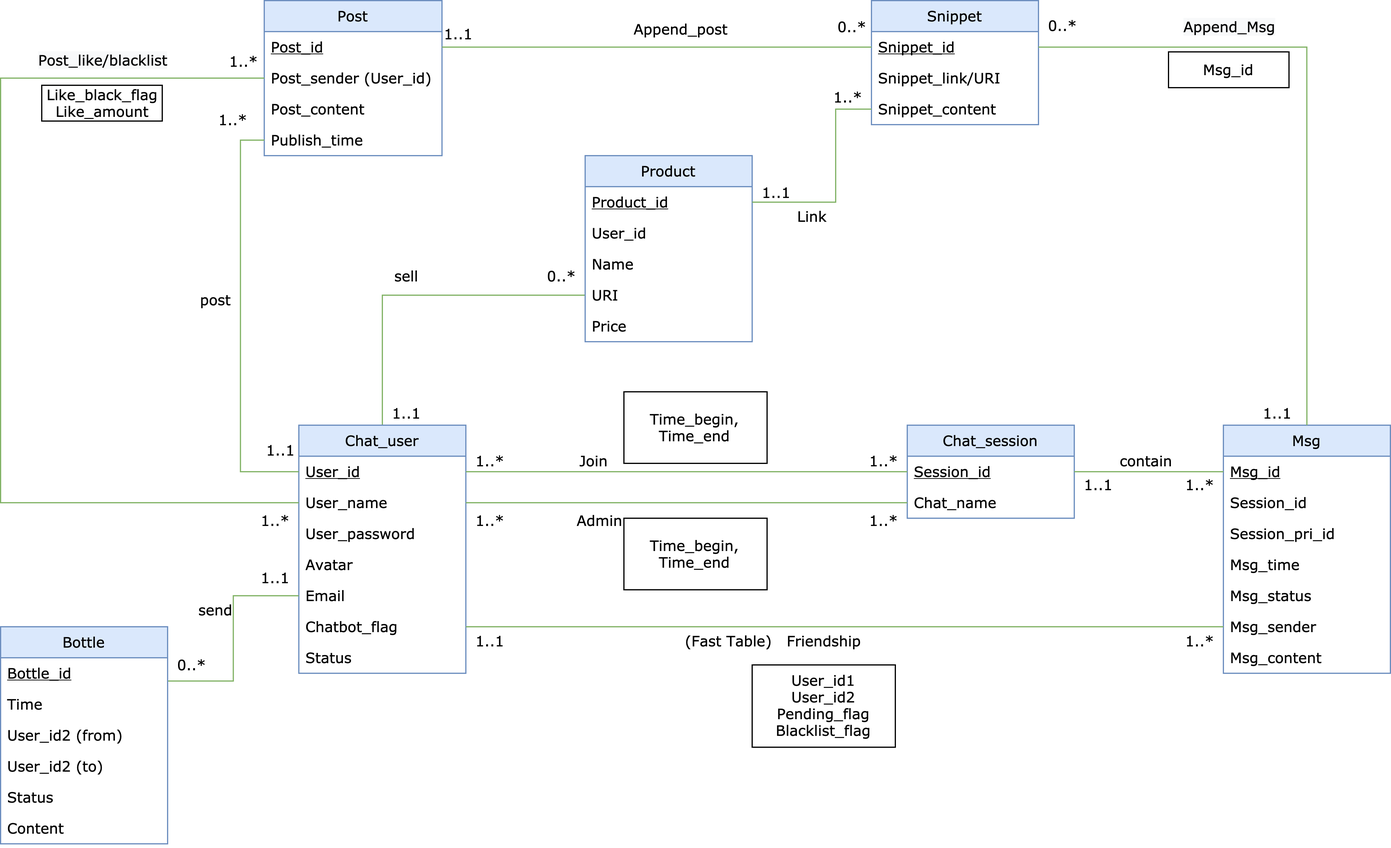
This is doc/UML.png from BiEchi/WechAt, a draw.io export, as it was before one commit. Source tidied: cells renumbered, new cells last; positions are measured from the earlier drawing's top-left corner, leaving out a move shared by most shapes.
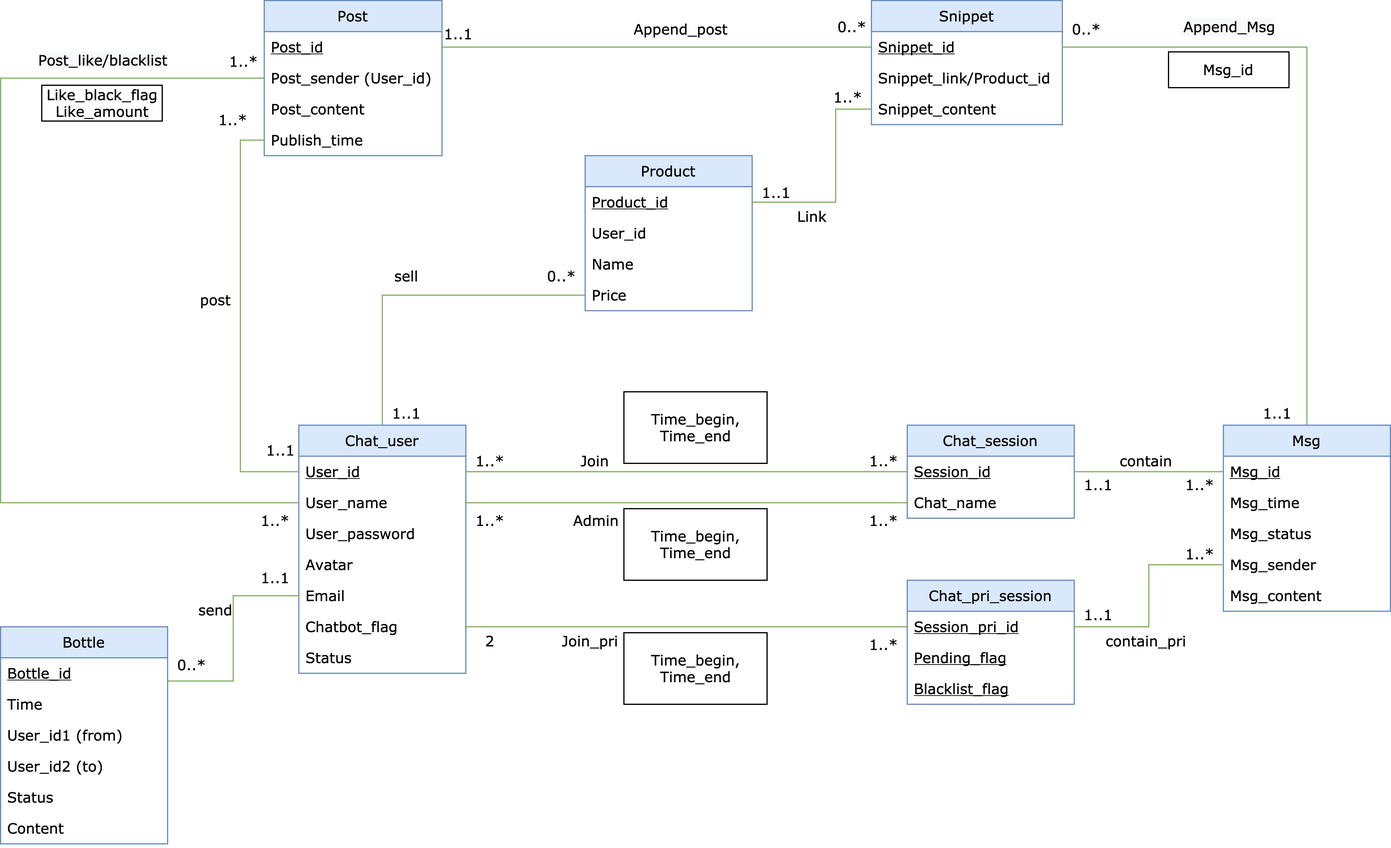
The same file after the commit.

What changed in the source:
```diff
@@ -2,8 +2,9 @@
   <root>
     <mxCell id="0" />
     <mxCell id="1" parent="0" />
-    <mxCell id="2" style="edgeStyle=orthogonalEdgeStyle;rounded=0;jettySize=auto;html=1;exitX=0.5;exitY=0;exitDx=0;exitDy=0;entryX=0;entryY=0.5;entryDx=0;entryDy=0;endArrow=none;endFill=0;fontFamily=Verdana;fillColor=#d5e8d4;strokeColor=#82b366;" parent="1" edge="1" source="3" target="53">
+    <mxCell id="2" style="edgeStyle=orthogonalEdgeStyle;rounded=0;jettySize=auto;html=1;exitX=0.5;exitY=0;exitDx=0;exitDy=0;entryX=0;entryY=0.5;entryDx=0;entryDy=0;endArrow=none;endFill=0;fontFamily=Verdana;fillColor=#d5e8d4;strokeColor=#82b366;" parent="1" edge="1" source="3">
       <mxGeometry relative="1" as="geometry">
+        <mxPoint x="490" y="247" as="targetPoint" />
         <Array as="points">
           <mxPoint x="320" y="247" />
         </Array>
@@ -43,28 +44,22 @@
       <mxGeometry y="52" width="140" height="26" as="geometry" />
     </mxCell>
     <mxCell id="14" value="Msg" style="swimlane;fontStyle=0;horizontal=1;startSize=26;fillColor=#dae8fc;fontFamily=Verdana;strokeColor=#6c8ebf;" parent="1" vertex="1">
-      <mxGeometry x="1025" y="356" width="140" height="208" as="geometry" />
+      <mxGeometry x="1025" y="356" width="140" height="156" as="geometry" />
     </mxCell>
     <mxCell id="15" value="Msg_id" style="text;strokeColor=none;fillColor=none;align=left;verticalAlign=top;spacingLeft=4;spacingRight=4;overflow=hidden;points=[[0,0.5],[1,0.5]];portConstraint=eastwest;fontStyle=4;fontFamily=Verdana;" parent="14" vertex="1">
       <mxGeometry y="26" width="140" height="26" as="geometry" />
     </mxCell>
-    <mxCell id="16" value="Session_id" style="text;strokeColor=none;fillColor=none;align=left;verticalAlign=top;spacingLeft=4;spacingRight=4;overflow=hidden;fontStyle=0;fontFamily=Verdana;" parent="14" vertex="1">
-      <mxGeometry y="52" width="140" height="26" as="geometry" />
-    </mxCell>
-    <mxCell id="17" value="Session_pri_id" style="text;strokeColor=none;fillColor=none;align=left;verticalAlign=top;spacingLeft=4;spacingRight=4;overflow=hidden;points=[[0,0.5],[1,0.5]];portConstraint=eastwest;fontStyle=0;fontFamily=Verdana;" parent="14" vertex="1">
-      <mxGeometry y="78" width="140" height="26" as="geometry" />
-    </mxCell>
     <mxCell id="18" value="Msg_time" style="text;strokeColor=none;fillColor=none;align=left;verticalAlign=top;spacingLeft=4;spacingRight=4;overflow=hidden;fontFamily=Verdana;fontStyle=0;" parent="14" vertex="1">
-      <mxGeometry y="104" width="140" height="26" as="geometry" />
+      <mxGeometry y="52" width="140" height="26" as="geometry" />
     </mxCell>
     <mxCell id="19" value="Msg_status" style="text;strokeColor=none;fillColor=none;align=left;verticalAlign=top;spacingLeft=4;spacingRight=4;overflow=hidden;fontFamily=Verdana;fontStyle=0;" parent="14" vertex="1">
-      <mxGeometry y="130" width="140" height="26" as="geometry" />
+      <mxGeometry y="78" width="140" height="26" as="geometry" />
     </mxCell>
     <mxCell id="20" value="Msg_sender" style="text;strokeColor=none;fillColor=none;align=left;verticalAlign=top;spacingLeft=4;spacingRight=4;overflow=hidden;points=[[0,0.5],[1,0.5]];portConstraint=eastwest;fontFamily=Verdana;fontStyle=0;" parent="14" vertex="1">
-      <mxGeometry y="156" width="140" height="26" as="geometry" />
+      <mxGeometry y="104" width="140" height="26" as="geometry" />
     </mxCell>
     <mxCell id="21" value="Msg_content" style="text;strokeColor=none;fillColor=none;align=left;verticalAlign=top;spacingLeft=4;spacingRight=4;overflow=hidden;fontFamily=Verdana;fontStyle=0;" parent="14" vertex="1">
-      <mxGeometry y="182" width="140" height="26" as="geometry" />
+      <mxGeometry y="130" width="140" height="26" as="geometry" />
     </mxCell>
     <mxCell id="22" value="1..*" style="text;html=1;align=center;verticalAlign=middle;fontFamily=Verdana;" parent="1" vertex="1">
       <mxGeometry x="390" y="376" width="40" height="20" as="geometry" />
@@ -90,14 +85,8 @@
     <mxCell id="29" value="1..*" style="text;html=1;align=center;verticalAlign=middle;strokeColor=none;fillColor=none;fontFamily=Verdana;" parent="1" vertex="1">
       <mxGeometry x="210" y="426" width="40" height="20" as="geometry" />
     </mxCell>
-    <mxCell id="30" value="(Fast Table)" style="text;html=1;align=center;verticalAlign=middle;fontFamily=Verdana;" parent="1" vertex="1">
-      <mxGeometry x="565" y="527" width="90" height="20" as="geometry" />
-    </mxCell>
-    <mxCell id="31" style="edgeStyle=orthogonalEdgeStyle;rounded=0;jettySize=auto;html=1;exitX=1;exitY=0.5;exitDx=0;exitDy=0;entryX=0;entryY=0.5;entryDx=0;entryDy=0;endArrow=none;endFill=0;fontFamily=Verdana;fillColor=#d5e8d4;strokeColor=#82b366;" parent="1" edge="1" source="9" target="20">
-      <mxGeometry relative="1" as="geometry" />
-    </mxCell>
     <mxCell id="32" value="1..*" style="text;html=1;align=center;verticalAlign=middle;fontFamily=Verdana;" parent="1" vertex="1">
-      <mxGeometry x="985" y="527" width="40" height="20" as="geometry" />
+      <mxGeometry x="985" y="454" width="40" height="20" as="geometry" />
     </mxCell>
     <mxCell id="33" value="Post" style="swimlane;fontStyle=0;horizontal=1;startSize=26;fillColor=#dae8fc;fontFamily=Verdana;strokeColor=#6c8ebf;" parent="1" vertex="1">
       <mxGeometry x="221" width="149" height="130" as="geometry" />
@@ -115,16 +104,16 @@
       <mxGeometry y="104" width="149" height="26" as="geometry" />
     </mxCell>
     <mxCell id="38" value="Snippet" style="swimlane;fontStyle=0;horizontal=1;startSize=26;fillColor=#dae8fc;fontFamily=Verdana;strokeColor=#6c8ebf;" parent="1" vertex="1">
-      <mxGeometry x="730" width="140" height="104" as="geometry" />
+      <mxGeometry x="730" width="160" height="104" as="geometry" />
     </mxCell>
     <mxCell id="39" value="Snippet_id" style="text;strokeColor=none;fillColor=none;align=left;verticalAlign=top;spacingLeft=4;spacingRight=4;overflow=hidden;points=[[0,0.5],[1,0.5]];portConstraint=eastwest;fontStyle=4;fontFamily=Verdana;" parent="38" vertex="1">
-      <mxGeometry y="26" width="140" height="26" as="geometry" />
+      <mxGeometry y="26" width="160" height="26" as="geometry" />
     </mxCell>
-    <mxCell id="40" value="Snippet_link/URI" style="text;strokeColor=none;fillColor=none;align=left;verticalAlign=top;spacingLeft=4;spacingRight=4;overflow=hidden;fontStyle=0;fontFamily=Verdana;" parent="38" vertex="1">
-      <mxGeometry y="52" width="140" height="26" as="geometry" />
+    <mxCell id="40" value="Snippet_link/Product_id" style="text;strokeColor=none;fillColor=none;align=left;verticalAlign=top;spacingLeft=4;spacingRight=4;overflow=hidden;fontStyle=0;fontFamily=Verdana;" parent="38" vertex="1">
+      <mxGeometry y="52" width="160" height="26" as="geometry" />
     </mxCell>
     <mxCell id="41" value="Snippet_content" style="text;strokeColor=none;fillColor=none;align=left;verticalAlign=top;spacingLeft=4;spacingRight=4;overflow=hidden;points=[[0,0.5],[1,0.5]];portConstraint=eastwest;fontFamily=Verdana;" parent="38" vertex="1">
-      <mxGeometry y="78" width="140" height="26" as="geometry" />
+      <mxGeometry y="78" width="160" height="26" as="geometry" />
     </mxCell>
     <mxCell id="42" style="edgeStyle=orthogonalEdgeStyle;rounded=0;jettySize=auto;html=1;exitX=1;exitY=0.5;exitDx=0;exitDy=0;endArrow=none;endFill=0;fontFamily=Verdana;entryX=0;entryY=0.5;entryDx=0;entryDy=0;fillColor=#d5e8d4;strokeColor=#82b366;" parent="1" edge="1" source="34" target="39">
       <mxGeometry relative="1" as="geometry">
@@ -158,7 +147,7 @@
       <mxGeometry relative="1" as="geometry" />
     </mxCell>
     <mxCell id="49" value="Product" style="swimlane;fontStyle=0;horizontal=1;startSize=26;fillColor=#dae8fc;fontFamily=Verdana;strokeColor=#6c8ebf;" parent="1" vertex="1">
-      <mxGeometry x="490" y="130" width="140" height="156" as="geometry" />
+      <mxGeometry x="490" y="130" width="140" height="130" as="geometry" />
     </mxCell>
     <mxCell id="50" value="Product_id" style="text;strokeColor=none;fillColor=none;align=left;verticalAlign=top;spacingLeft=4;spacingRight=4;overflow=hidden;points=[[0,0.5],[1,0.5]];portConstraint=eastwest;fontStyle=4;fontFamily=Verdana;" parent="49" vertex="1">
       <mxGeometry y="26" width="140" height="26" as="geometry" />
@@ -169,11 +158,8 @@
     <mxCell id="52" value="Name" style="text;strokeColor=none;fillColor=none;align=left;verticalAlign=top;spacingLeft=4;spacingRight=4;overflow=hidden;fontStyle=0;fontFamily=Verdana;" parent="49" vertex="1">
       <mxGeometry y="78" width="140" height="26" as="geometry" />
     </mxCell>
-    <mxCell id="53" value="URI" style="text;strokeColor=none;fillColor=none;align=left;verticalAlign=top;spacingLeft=4;spacingRight=4;overflow=hidden;points=[[0,0.5],[1,0.5]];portConstraint=eastwest;fontFamily=Verdana;" parent="49" vertex="1">
-      <mxGeometry y="104" width="140" height="26" as="geometry" />
-    </mxCell>
     <mxCell id="54" value="Price" style="text;strokeColor=none;fillColor=none;align=left;verticalAlign=top;spacingLeft=4;spacingRight=4;overflow=hidden;fontFamily=Verdana;" parent="49" vertex="1">
-      <mxGeometry y="130" width="140" height="26" as="geometry" />
+      <mxGeometry y="104" width="140" height="26" as="geometry" />
     </mxCell>
     <mxCell id="55" style="edgeStyle=orthogonalEdgeStyle;rounded=0;jettySize=auto;html=1;exitX=1;exitY=0.25;exitDx=0;exitDy=0;entryX=0;entryY=0.5;entryDx=0;entryDy=0;endArrow=none;endFill=0;fontFamily=Verdana;fontStyle=1;fillColor=#d5e8d4;strokeColor=#82b366;" parent="1" edge="1" source="56" target="8">
       <mxGeometry relative="1" as="geometry" />
@@ -187,7 +173,7 @@
     <mxCell id="58" value="Time" style="text;strokeColor=none;fillColor=none;align=left;verticalAlign=top;spacingLeft=4;spacingRight=4;overflow=hidden;fontFamily=Verdana;" parent="56" vertex="1">
       <mxGeometry y="52" width="140" height="26" as="geometry" />
     </mxCell>
-    <mxCell id="59" value="User_id2 (from)" style="text;strokeColor=none;fillColor=none;align=left;verticalAlign=top;spacingLeft=4;spacingRight=4;overflow=hidden;fontFamily=Verdana;" parent="56" vertex="1">
+    <mxCell id="59" value="User_id1 (from)" style="text;strokeColor=none;fillColor=none;align=left;verticalAlign=top;spacingLeft=4;spacingRight=4;overflow=hidden;fontFamily=Verdana;" parent="56" vertex="1">
       <mxGeometry y="78" width="140" height="26" as="geometry" />
     </mxCell>
     <mxCell id="60" value="User_id2 (to)" style="text;strokeColor=none;fillColor=none;align=left;verticalAlign=top;spacingLeft=4;spacingRight=4;overflow=hidden;fontFamily=Verdana;" parent="56" vertex="1">
@@ -229,20 +215,17 @@
       <mxGeometry x="522.5" y="328" width="120" height="60" as="geometry" />
     </mxCell>
     <mxCell id="71" value="Admin" style="text;html=1;align=center;verticalAlign=middle;fontFamily=Verdana;" parent="1" vertex="1">
-      <mxGeometry x="477.5" y="426" width="50" height="20" as="geometry" />
+      <mxGeometry x="473.5" y="426" width="50" height="20" as="geometry" />
     </mxCell>
     <mxCell id="72" value="1..*" style="text;html=1;align=center;verticalAlign=middle;fontFamily=Verdana;" parent="1" vertex="1">
       <mxGeometry x="720" y="426" width="40" height="20" as="geometry" />
     </mxCell>
     <mxCell id="73" value="Time_begin, Time_end" style="rounded=0;whiteSpace=wrap;html=1;fontFamily=Verdana;" parent="1" vertex="1">
-      <mxGeometry x="522.5" y="434" width="120" height="60" as="geometry" />
+      <mxGeometry x="522.5" y="426" width="120" height="60" as="geometry" />
     </mxCell>
-    <mxCell id="74" value="Friendship" style="text;html=1;align=center;verticalAlign=middle;fontFamily=Verdana;" parent="1" vertex="1">
-      <mxGeometry x="650" y="527" width="80" height="20" as="geometry" />
+    <mxCell id="74" value="Join_pri" style="text;html=1;align=center;verticalAlign=middle;fontFamily=Verdana;" parent="1" vertex="1">
+      <mxGeometry x="463.5" y="527" width="60" height="20" as="geometry" />
     </mxCell>
-    <mxCell id="75" value="User_id1&lt;br&gt;User_id2&lt;br&gt;Pending_flag&lt;br&gt;Blacklist_flag" style="rounded=0;whiteSpace=wrap;html=1;fontFamily=Verdana;" parent="1" vertex="1">
-      <mxGeometry x="630" y="557" width="120" height="69" as="geometry" />
-    </mxCell>
     <mxCell id="76" value="&lt;span style=&quot;color: rgb(0, 0, 0); font-size: 12px; font-style: normal; font-weight: 400; letter-spacing: normal; text-align: center; text-indent: 0px; text-transform: none; word-spacing: 0px; background-color: rgb(248, 249, 250); display: inline; float: none;&quot;&gt;Post_like/blacklist&lt;/span&gt;" style="text;whiteSpace=wrap;html=1;fontFamily=Verdana;" parent="1" vertex="1">
       <mxGeometry x="30" y="37" width="110" height="30" as="geometry" />
     </mxCell>
@@ -258,11 +241,11 @@
     <mxCell id="80" value="&lt;span&gt;Msg_id&lt;/span&gt;" style="rounded=0;whiteSpace=wrap;html=1;fontFamily=Verdana;" parent="1" vertex="1">
       <mxGeometry x="979" y="43" width="101" height="30" as="geometry" />
     </mxCell>
-    <mxCell id="81" value="1..1" style="text;html=1;align=center;verticalAlign=middle;fontFamily=Verdana;" parent="1" vertex="1">
-      <mxGeometry x="390" y="527" width="40" height="20" as="geometry" />
+    <mxCell id="81" value="2" style="text;html=1;align=center;verticalAlign=middle;fontFamily=Verdana;" parent="1" vertex="1">
+      <mxGeometry x="400" y="527" width="20" height="20" as="geometry" />
     </mxCell>
     <mxCell id="82" value="0..*" style="text;html=1;align=center;verticalAlign=middle;fontFamily=Verdana;" parent="1" vertex="1">
-      <mxGeometry x="870" y="11" width="40" height="20" as="geometry" />
+      <mxGeometry x="890" y="14" width="40" height="20" as="geometry" />
     </mxCell>
     <mxCell id="83" value="1..1" style="text;html=1;align=center;verticalAlign=middle;fontFamily=Verdana;" parent="1" vertex="1">
       <mxGeometry x="1050" y="336" width="40" height="20" as="geometry" />
@@ -294,5 +277,37 @@
     <mxCell id="92" value="send" style="text;html=1;align=center;verticalAlign=middle;fontFamily=Verdana;" parent="1" vertex="1">
       <mxGeometry x="160" y="501" width="40" height="20" as="geometry" />
     </mxCell>
+    <mxCell id="93" style="edgeStyle=orthogonalEdgeStyle;rounded=0;jettySize=auto;html=1;exitX=1;exitY=0.5;exitDx=0;exitDy=0;entryX=0;entryY=0.5;entryDx=0;entryDy=0;endArrow=none;endFill=0;fillColor=#d5e8d4;strokeColor=#82b366;" parent="1" edge="1" source="17" target="20">
+      <mxGeometry relative="1" as="geometry" />
+    </mxCell>
+    <mxCell id="94" value="Chat_pri_session" style="swimlane;fontStyle=0;horizontal=1;startSize=26;fillColor=#dae8fc;fontFamily=Verdana;strokeColor=#6c8ebf;" parent="1" vertex="1">
+      <mxGeometry x="760" y="486" width="140" height="104" as="geometry" />
+    </mxCell>
+    <mxCell id="17" value="Session_pri_id" style="text;strokeColor=none;fillColor=none;align=left;verticalAlign=top;spacingLeft=4;spacingRight=4;overflow=hidden;points=[[0,0.5],[1,0.5]];portConstraint=eastwest;fontStyle=4;fontFamily=Verdana;" parent="94" vertex="1">
+      <mxGeometry y="26" width="140" height="26" as="geometry" />
+    </mxCell>
+    <mxCell id="95" value="Pending_flag" style="text;strokeColor=none;fillColor=none;align=left;verticalAlign=top;spacingLeft=4;spacingRight=4;overflow=hidden;fontStyle=4;fontFamily=Verdana;" parent="94" vertex="1">
+      <mxGeometry y="52" width="140" height="26" as="geometry" />
+    </mxCell>
+    <mxCell id="96" value="Blacklist_flag" style="text;strokeColor=none;fillColor=none;align=left;verticalAlign=top;spacingLeft=4;spacingRight=4;overflow=hidden;fontStyle=4;fontFamily=Verdana;" parent="94" vertex="1">
+      <mxGeometry y="78" width="140" height="26" as="geometry" />
+    </mxCell>
+    <mxCell id="97" style="edgeStyle=orthogonalEdgeStyle;rounded=0;jettySize=auto;html=1;exitX=1;exitY=0.5;exitDx=0;exitDy=0;fillColor=#d5e8d4;strokeColor=#82b366;endArrow=none;endFill=0;" parent="1" edge="1" source="9">
+      <mxGeometry relative="1" as="geometry">
+        <mxPoint x="760" y="525" as="targetPoint" />
+      </mxGeometry>
+    </mxCell>
+    <mxCell id="98" value="contain_pri" style="text;html=1;align=center;verticalAlign=middle;fontFamily=Verdana;" parent="1" vertex="1">
+      <mxGeometry x="920" y="527" width="80" height="20" as="geometry" />
+    </mxCell>
+    <mxCell id="99" value="Time_begin, Time_end" style="rounded=0;whiteSpace=wrap;html=1;fontFamily=Verdana;" parent="1" vertex="1">
+      <mxGeometry x="522.5" y="530" width="120" height="60" as="geometry" />
+    </mxCell>
+    <mxCell id="100" value="1..*" style="text;html=1;align=center;verticalAlign=middle;fontFamily=Verdana;" parent="1" vertex="1">
+      <mxGeometry x="720" y="530" width="40" height="20" as="geometry" />
+    </mxCell>
+    <mxCell id="101" value="1..1" style="text;html=1;align=center;verticalAlign=middle;fontFamily=Verdana;" parent="1" vertex="1">
+      <mxGeometry x="900" y="505" width="40" height="20" as="geometry" />
+    </mxCell>
   </root>
 </mxGraphModel>
```
